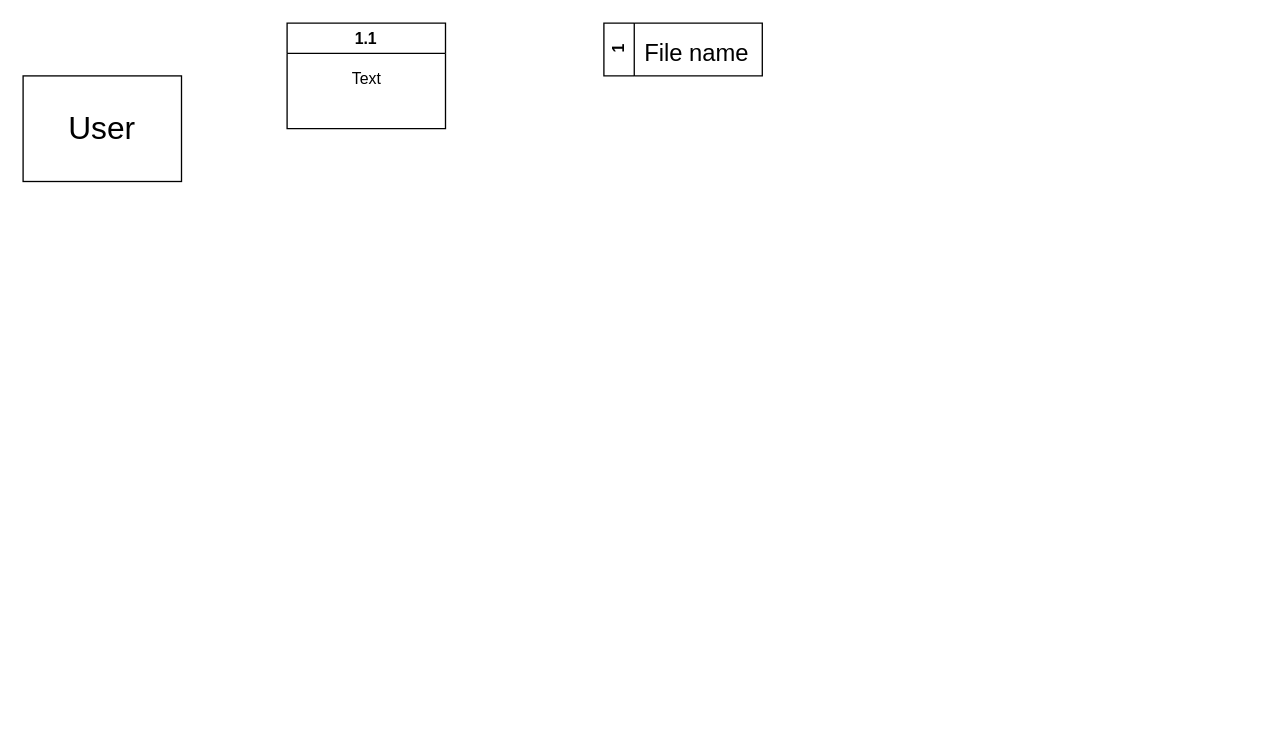
Before: Labs/Lab04/lab04dfd.drawio in ZorroSavage117/Moduarization-Design, a draw.io diagram. Source tidied: cells renumbered, new cells numbered last; positions are measured from the earlier drawing's top-left corner, leaving out a move shared by most shapes. Both pictures are drawn from the tidied source at 132%, with x=0, y=0 at pixel (22, 22).
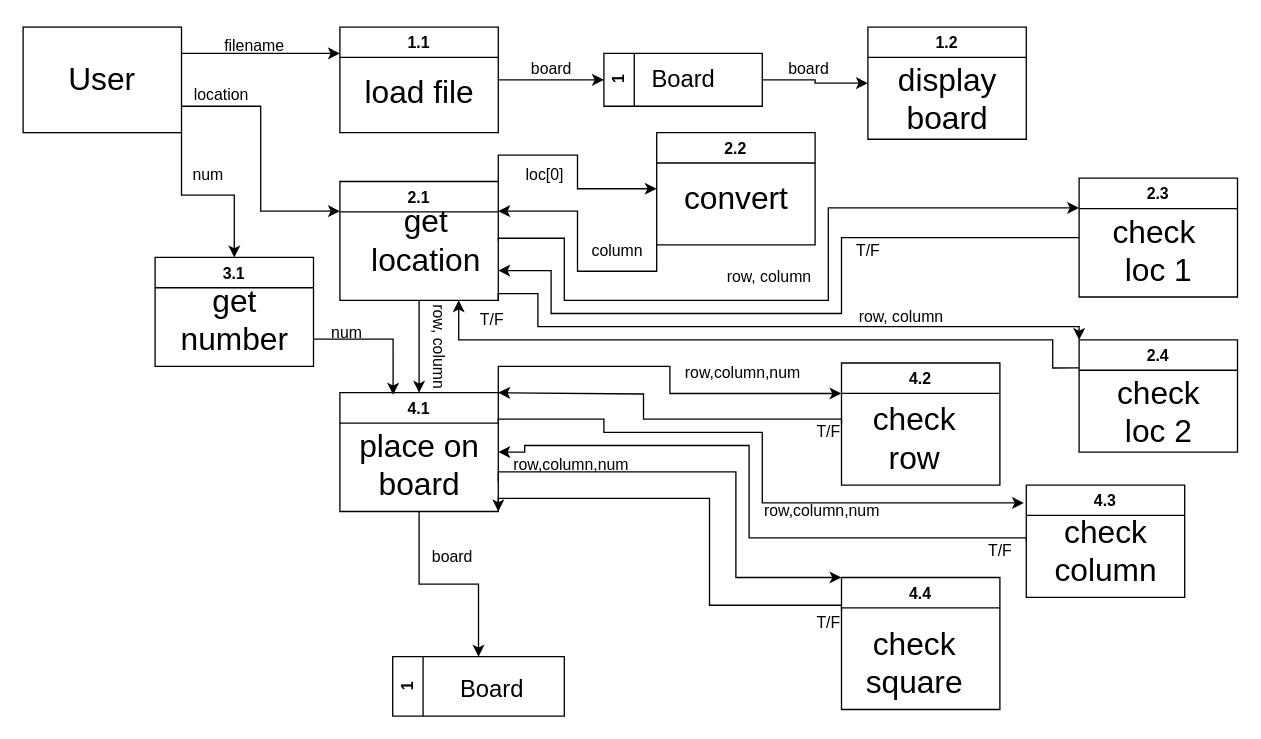
After the change.

The edit, as a diff of the source:
```diff
@@
+    <mxCell id="7" style="edgeStyle=orthogonalEdgeStyle;rounded=0;jettySize=auto;html=1;exitX=1;exitY=0.25;exitDx=0;exitDy=0;entryX=0;entryY=0.25;entryDx=0;entryDy=0;" parent="1" edge="1" source="2" target="3">
+      <mxGeometry relative="1" as="geometry" />
+    </mxCell>
+    <mxCell id="8" style="edgeStyle=orthogonalEdgeStyle;rounded=0;jettySize=auto;html=1;exitX=1;exitY=0.75;exitDx=0;exitDy=0;entryX=0;entryY=0.25;entryDx=0;entryDy=0;" parent="1" edge="1" source="2" target="21">
+      <mxGeometry relative="1" as="geometry" />
+    </mxCell>
+    <mxCell id="9" style="edgeStyle=orthogonalEdgeStyle;rounded=0;jettySize=auto;html=1;exitX=1;exitY=1;exitDx=0;exitDy=0;entryX=0.5;entryY=0;entryDx=0;entryDy=0;" parent="1" edge="1" source="2" target="43">
+      <mxGeometry relative="1" as="geometry" />
+    </mxCell>
     <mxCell id="2" value="&lt;font style=&quot;font-size: 24px;&quot;&gt;User&lt;/font&gt;" style="rounded=0;whiteSpace=wrap;html=1;" parent="1" vertex="1">
-      <mxGeometry y="40" width="120" height="80" as="geometry" />
+      <mxGeometry y="3" width="120" height="80" as="geometry" />
     </mxCell>
+    <mxCell id="10" style="edgeStyle=orthogonalEdgeStyle;rounded=0;jettySize=auto;html=1;exitX=1;exitY=0.5;exitDx=0;exitDy=0;entryX=0;entryY=0.5;entryDx=0;entryDy=0;" parent="1" edge="1" source="3" target="13">
+      <mxGeometry relative="1" as="geometry" />
+    </mxCell>
     <mxCell id="3" value="1.1" style="swimlane;startSize=23;" parent="1" vertex="1">
-      <mxGeometry x="200" width="120" height="80" as="geometry" />
+      <mxGeometry x="240" y="3" width="120" height="80" as="geometry" />
     </mxCell>
-    <mxCell id="4" value="1" style="swimlane;horizontal=0;whiteSpace=wrap;html=1;" parent="1" vertex="1">
-      <mxGeometry x="440" width="120" height="40" as="geometry" />
-    </mxCell>
-    <mxCell id="5" value="Text" style="text;html=1;align=center;verticalAlign=middle;strokeColor=none;fillColor=none;" parent="1" vertex="1">
-      <mxGeometry x="235" y="28" width="50" height="30" as="geometry" />
-    </mxCell>
-    <mxCell id="6" value="&lt;font style=&quot;font-size: 18px;&quot;&gt;File name&lt;/font&gt;" style="text;html=1;align=center;verticalAlign=middle;strokeColor=none;fillColor=none;" parent="1" vertex="1">
-      <mxGeometry x="460" y="3" width="100" height="40" as="geometry" />
-    </mxCell>
+    <mxCell id="11" value="&lt;font style=&quot;font-size: 24px;&quot;&gt;load file&lt;/font&gt;" style="text;html=1;align=center;verticalAlign=middle;strokeColor=none;fillColor=none;" parent="3" vertex="1">
+      <mxGeometry x="5" y="30" width="110" height="40" as="geometry" />
+    </mxCell>
+    <mxCell id="12" style="group;" parent="1" vertex="1">
+      <mxGeometry x="440" y="23" width="120" height="40" as="geometry" />
+    </mxCell>
+    <mxCell id="13" value="1" style="swimlane;horizontal=0;whiteSpace=wrap;html=1;" parent="12" vertex="1">
+      <mxGeometry width="120" height="40" as="geometry" />
+    </mxCell>
+    <mxCell id="14" value="&lt;font style=&quot;font-size: 18px;&quot;&gt;Board&lt;/font&gt;" style="text;html=1;align=center;verticalAlign=middle;strokeColor=none;fillColor=none;" parent="12" vertex="1">
+      <mxGeometry x="25" width="70" height="40" as="geometry" />
+    </mxCell>
+    <mxCell id="15" value="filename" style="text;html=1;align=center;verticalAlign=middle;strokeColor=none;fillColor=none;" parent="1" vertex="1">
+      <mxGeometry x="140" y="3" width="70" height="30" as="geometry" />
+    </mxCell>
+    <mxCell id="16" value="board" style="text;html=1;align=center;verticalAlign=middle;strokeColor=none;fillColor=none;" parent="1" vertex="1">
+      <mxGeometry x="375" y="20" width="50" height="30" as="geometry" />
+    </mxCell>
+    <mxCell id="17" style="edgeStyle=orthogonalEdgeStyle;rounded=0;jettySize=auto;html=1;exitX=1;exitY=0;exitDx=0;exitDy=0;entryX=0;entryY=0.5;entryDx=0;entryDy=0;" parent="1" edge="1" source="21" target="29">
+      <mxGeometry relative="1" as="geometry" />
+    </mxCell>
+    <mxCell id="18" style="edgeStyle=orthogonalEdgeStyle;rounded=0;jettySize=auto;html=1;exitX=1;exitY=0.5;exitDx=0;exitDy=0;entryX=0;entryY=0.25;entryDx=0;entryDy=0;" parent="1" edge="1" source="21" target="32">
+      <mxGeometry relative="1" as="geometry">
+        <Array as="points">
+          <mxPoint x="410" y="163" />
+          <mxPoint x="410" y="210" />
+          <mxPoint x="610" y="210" />
+          <mxPoint x="610" y="140" />
+        </Array>
+      </mxGeometry>
+    </mxCell>
+    <mxCell id="19" style="edgeStyle=orthogonalEdgeStyle;rounded=0;jettySize=auto;html=1;exitX=1;exitY=1;exitDx=0;exitDy=0;entryX=0;entryY=0;entryDx=0;entryDy=0;" parent="1" edge="1" source="21" target="35">
+      <mxGeometry relative="1" as="geometry">
+        <Array as="points">
+          <mxPoint x="390" y="205" />
+          <mxPoint x="390" y="230" />
+          <mxPoint x="800" y="230" />
+        </Array>
+      </mxGeometry>
+    </mxCell>
+    <mxCell id="20" style="edgeStyle=orthogonalEdgeStyle;rounded=0;jettySize=auto;html=1;exitX=0.5;exitY=1;exitDx=0;exitDy=0;entryX=0.5;entryY=0;entryDx=0;entryDy=0;" parent="1" edge="1" source="21" target="49">
+      <mxGeometry relative="1" as="geometry" />
+    </mxCell>
+    <mxCell id="21" value="2.1" style="swimlane;startSize=23;" parent="1" vertex="1">
+      <mxGeometry x="240" y="120" width="120" height="90" as="geometry" />
+    </mxCell>
+    <mxCell id="22" value="&lt;font style=&quot;font-size: 24px;&quot;&gt;get&lt;br&gt;location&lt;br&gt;&lt;/font&gt;" style="text;html=1;align=center;verticalAlign=middle;strokeColor=none;fillColor=none;" parent="21" vertex="1">
+      <mxGeometry x="10" y="10" width="110" height="70" as="geometry" />
+    </mxCell>
+    <mxCell id="23" value="1.2" style="swimlane;startSize=23;" parent="1" vertex="1">
+      <mxGeometry x="640" y="3" width="120" height="85" as="geometry" />
+    </mxCell>
+    <mxCell id="24" value="&lt;span style=&quot;font-size: 24px;&quot;&gt;display&lt;br&gt;board&lt;br&gt;&lt;/span&gt;" style="text;html=1;align=center;verticalAlign=middle;strokeColor=none;fillColor=none;" parent="23" vertex="1">
+      <mxGeometry x="10" y="20" width="100" height="70" as="geometry" />
+    </mxCell>
+    <mxCell id="25" style="edgeStyle=orthogonalEdgeStyle;rounded=0;jettySize=auto;html=1;exitX=1;exitY=0.5;exitDx=0;exitDy=0;entryX=0;entryY=0.5;entryDx=0;entryDy=0;" parent="1" edge="1" source="13" target="23">
+      <mxGeometry relative="1" as="geometry" />
+    </mxCell>
+    <mxCell id="26" value="board" style="text;html=1;align=center;verticalAlign=middle;strokeColor=none;fillColor=none;" parent="1" vertex="1">
+      <mxGeometry x="570" y="20" width="50" height="30" as="geometry" />
+    </mxCell>
+    <mxCell id="27" value="location" style="text;html=1;align=center;verticalAlign=middle;strokeColor=none;fillColor=none;" parent="1" vertex="1">
+      <mxGeometry x="120" y="40" width="60" height="30" as="geometry" />
+    </mxCell>
+    <mxCell id="28" style="edgeStyle=orthogonalEdgeStyle;rounded=0;jettySize=auto;html=1;exitX=0;exitY=1;exitDx=0;exitDy=0;entryX=1;entryY=0.25;entryDx=0;entryDy=0;" parent="1" edge="1" source="29" target="21">
+      <mxGeometry relative="1" as="geometry" />
+    </mxCell>
+    <mxCell id="29" value="2.2" style="swimlane;startSize=23;" parent="1" vertex="1">
+      <mxGeometry x="480" y="83" width="120" height="85" as="geometry" />
+    </mxCell>
+    <mxCell id="30" value="&lt;font style=&quot;font-size: 24px;&quot;&gt;convert&lt;br&gt;&lt;/font&gt;" style="text;html=1;align=center;verticalAlign=middle;strokeColor=none;fillColor=none;" parent="29" vertex="1">
+      <mxGeometry x="10" y="30" width="100" height="40" as="geometry" />
+    </mxCell>
+    <mxCell id="31" style="edgeStyle=orthogonalEdgeStyle;rounded=0;jettySize=auto;html=1;exitX=0;exitY=0.5;exitDx=0;exitDy=0;entryX=1;entryY=0.75;entryDx=0;entryDy=0;" parent="1" edge="1" source="32" target="21">
+      <mxGeometry relative="1" as="geometry">
+        <Array as="points">
+          <mxPoint x="620" y="163" />
+          <mxPoint x="620" y="220" />
+          <mxPoint x="400" y="220" />
+          <mxPoint x="400" y="188" />
+        </Array>
+      </mxGeometry>
+    </mxCell>
+    <mxCell id="32" value="2.3" style="swimlane;startSize=23;" parent="1" vertex="1">
+      <mxGeometry x="800" y="117.5" width="120" height="90" as="geometry" />
+    </mxCell>
+    <mxCell id="33" value="&lt;font style=&quot;font-size: 24px;&quot;&gt;check&amp;nbsp;&lt;br&gt;loc 1&lt;br&gt;&lt;/font&gt;" style="text;html=1;align=center;verticalAlign=middle;strokeColor=none;fillColor=none;" parent="32" vertex="1">
+      <mxGeometry x="15" y="20" width="90" height="70" as="geometry" />
+    </mxCell>
+    <mxCell id="34" style="edgeStyle=orthogonalEdgeStyle;rounded=0;jettySize=auto;html=1;exitX=0;exitY=0.25;exitDx=0;exitDy=0;entryX=0.75;entryY=1;entryDx=0;entryDy=0;" parent="1" edge="1" source="35" target="21">
+      <mxGeometry relative="1" as="geometry">
+        <Array as="points">
+          <mxPoint x="780" y="261" />
+          <mxPoint x="780" y="240" />
+          <mxPoint x="330" y="240" />
+        </Array>
+      </mxGeometry>
+    </mxCell>
+    <mxCell id="35" value="2.4" style="swimlane;startSize=23;" parent="1" vertex="1">
+      <mxGeometry x="800" y="240" width="120" height="85" as="geometry" />
+    </mxCell>
+    <mxCell id="36" value="&lt;font style=&quot;font-size: 24px;&quot;&gt;check&lt;br&gt;loc 2&lt;br&gt;&lt;/font&gt;" style="text;html=1;align=center;verticalAlign=middle;strokeColor=none;fillColor=none;" parent="35" vertex="1">
+      <mxGeometry x="15" y="20" width="90" height="70" as="geometry" />
+    </mxCell>
+    <mxCell id="37" value="loc[0]" style="text;html=1;align=center;verticalAlign=middle;strokeColor=none;fillColor=none;" parent="1" vertex="1">
+      <mxGeometry x="370" y="100" width="50" height="30" as="geometry" />
+    </mxCell>
+    <mxCell id="38" value="column" style="text;html=1;align=center;verticalAlign=middle;strokeColor=none;fillColor=none;" parent="1" vertex="1">
+      <mxGeometry x="420" y="158" width="60" height="30" as="geometry" />
+    </mxCell>
+    <mxCell id="39" value="row, column" style="text;html=1;align=center;verticalAlign=middle;strokeColor=none;fillColor=none;" parent="1" vertex="1">
+      <mxGeometry x="520" y="177.5" width="90" height="30" as="geometry" />
+    </mxCell>
+    <mxCell id="40" value="T/F" style="text;html=1;align=center;verticalAlign=middle;strokeColor=none;fillColor=none;" parent="1" vertex="1">
+      <mxGeometry x="620" y="158" width="40" height="30" as="geometry" />
+    </mxCell>
+    <mxCell id="41" value="row, column" style="text;html=1;align=center;verticalAlign=middle;strokeColor=none;fillColor=none;" parent="1" vertex="1">
+      <mxGeometry x="620" y="207.5" width="90" height="30" as="geometry" />
+    </mxCell>
+    <mxCell id="42" value="T/F" style="text;html=1;align=center;verticalAlign=middle;strokeColor=none;fillColor=none;" parent="1" vertex="1">
+      <mxGeometry x="335" y="210" width="40" height="30" as="geometry" />
+    </mxCell>
+    <mxCell id="43" value="3.1" style="swimlane;startSize=23;" parent="1" vertex="1">
+      <mxGeometry x="100" y="177.5" width="120" height="82.5" as="geometry" />
+    </mxCell>
+    <mxCell id="44" value="&lt;font style=&quot;font-size: 24px;&quot;&gt;get &lt;br&gt;number&lt;/font&gt;" style="text;html=1;align=center;verticalAlign=middle;strokeColor=none;fillColor=none;" parent="43" vertex="1">
+      <mxGeometry x="10" y="12.5" width="100" height="70" as="geometry" />
+    </mxCell>
+    <mxCell id="45" value="num" style="text;html=1;align=center;verticalAlign=middle;strokeColor=none;fillColor=none;" parent="1" vertex="1">
+      <mxGeometry x="115" y="100" width="50" height="30" as="geometry" />
+    </mxCell>
+    <mxCell id="46" style="edgeStyle=orthogonalEdgeStyle;rounded=0;jettySize=auto;html=1;exitX=1;exitY=0;exitDx=0;exitDy=0;entryX=0;entryY=0.25;entryDx=0;entryDy=0;" parent="1" edge="1" source="49" target="59">
+      <mxGeometry relative="1" as="geometry" />
+    </mxCell>
+    <mxCell id="47" style="edgeStyle=orthogonalEdgeStyle;rounded=0;jettySize=auto;html=1;exitX=1;exitY=0.75;exitDx=0;exitDy=0;entryX=0;entryY=0;entryDx=0;entryDy=0;" parent="1" edge="1" source="49" target="56">
+      <mxGeometry relative="1" as="geometry">
+        <Array as="points">
+          <mxPoint x="540" y="340" />
+          <mxPoint x="540" y="420" />
+        </Array>
+      </mxGeometry>
+    </mxCell>
+    <mxCell id="48" style="edgeStyle=orthogonalEdgeStyle;rounded=0;jettySize=auto;html=1;exitX=0.5;exitY=1;exitDx=0;exitDy=0;entryX=0.5;entryY=0;entryDx=0;entryDy=0;" parent="1" edge="1" source="49" target="68">
+      <mxGeometry relative="1" as="geometry" />
+    </mxCell>
+    <mxCell id="49" value="4.1" style="swimlane;startSize=23;" parent="1" vertex="1">
+      <mxGeometry x="240" y="280" width="120" height="90" as="geometry" />
+    </mxCell>
+    <mxCell id="50" value="&lt;font style=&quot;font-size: 24px;&quot;&gt;place on&lt;br&gt;board&lt;/font&gt;" style="text;html=1;align=center;verticalAlign=middle;strokeColor=none;fillColor=none;" parent="49" vertex="1">
+      <mxGeometry x="5" y="20" width="110" height="70" as="geometry" />
+    </mxCell>
+    <mxCell id="51" style="edgeStyle=orthogonalEdgeStyle;rounded=0;jettySize=auto;html=1;exitX=1;exitY=0.75;exitDx=0;exitDy=0;entryX=0.336;entryY=0.017;entryDx=0;entryDy=0;entryPerimeter=0;" parent="1" edge="1" source="43" target="49">
+      <mxGeometry relative="1" as="geometry" />
+    </mxCell>
+    <mxCell id="52" style="edgeStyle=orthogonalEdgeStyle;rounded=0;jettySize=auto;html=1;exitX=0;exitY=0.5;exitDx=0;exitDy=0;entryX=1;entryY=0.5;entryDx=0;entryDy=0;" parent="1" edge="1" source="53" target="49">
+      <mxGeometry relative="1" as="geometry">
+        <Array as="points">
+          <mxPoint x="760" y="390" />
+          <mxPoint x="550" y="390" />
+          <mxPoint x="550" y="320" />
+          <mxPoint x="380" y="320" />
+          <mxPoint x="380" y="325" />
+        </Array>
+      </mxGeometry>
+    </mxCell>
+    <mxCell id="53" value="4.3" style="swimlane;startSize=23;" parent="1" vertex="1">
+      <mxGeometry x="760" y="350" width="120" height="85" as="geometry" />
+    </mxCell>
+    <mxCell id="54" value="&lt;font style=&quot;font-size: 24px;&quot;&gt;check&lt;br&gt;column&lt;br&gt;&lt;/font&gt;" style="text;html=1;align=center;verticalAlign=middle;strokeColor=none;fillColor=none;" parent="53" vertex="1">
+      <mxGeometry x="10" y="15" width="100" height="70" as="geometry" />
+    </mxCell>
+    <mxCell id="55" style="edgeStyle=orthogonalEdgeStyle;rounded=0;jettySize=auto;html=1;exitX=0;exitY=0.25;exitDx=0;exitDy=0;entryX=1;entryY=1;entryDx=0;entryDy=0;" parent="1" edge="1" source="56" target="49">
+      <mxGeometry relative="1" as="geometry">
+        <Array as="points">
+          <mxPoint x="520" y="441" />
+          <mxPoint x="520" y="360" />
+        </Array>
+      </mxGeometry>
+    </mxCell>
+    <mxCell id="56" value="4.4" style="swimlane;startSize=23;" parent="1" vertex="1">
+      <mxGeometry x="620" y="420" width="120" height="100" as="geometry" />
+    </mxCell>
+    <mxCell id="57" value="&lt;font style=&quot;font-size: 24px;&quot;&gt;check&lt;br&gt;square&lt;br&gt;&lt;/font&gt;" style="text;html=1;align=center;verticalAlign=middle;strokeColor=none;fillColor=none;" parent="56" vertex="1">
+      <mxGeometry x="5" y="30" width="100" height="70" as="geometry" />
+    </mxCell>
+    <mxCell id="58" style="edgeStyle=orthogonalEdgeStyle;rounded=0;jettySize=auto;html=1;exitX=0;exitY=0.5;exitDx=0;exitDy=0;" parent="1" edge="1" source="59">
+      <mxGeometry relative="1" as="geometry">
+        <mxPoint x="360" y="280" as="targetPoint" />
+        <Array as="points">
+          <mxPoint x="470" y="300" />
+          <mxPoint x="470" y="281" />
+        </Array>
+      </mxGeometry>
+    </mxCell>
+    <mxCell id="59" value="4.2" style="swimlane;startSize=23;" parent="1" vertex="1">
+      <mxGeometry x="620" y="257.5" width="120" height="92.5" as="geometry" />
+    </mxCell>
+    <mxCell id="60" value="&lt;font style=&quot;font-size: 24px;&quot;&gt;check&lt;br&gt;row&lt;br&gt;&lt;/font&gt;" style="text;html=1;align=center;verticalAlign=middle;strokeColor=none;fillColor=none;" parent="59" vertex="1">
+      <mxGeometry x="10" y="22.5" width="90" height="70" as="geometry" />
+    </mxCell>
+    <mxCell id="61" style="edgeStyle=orthogonalEdgeStyle;rounded=0;jettySize=auto;html=1;exitX=1;exitY=0.25;exitDx=0;exitDy=0;entryX=-0.015;entryY=0.159;entryDx=0;entryDy=0;entryPerimeter=0;" parent="1" edge="1" source="49" target="53">
+      <mxGeometry relative="1" as="geometry">
+        <Array as="points">
+          <mxPoint x="440" y="300" />
+          <mxPoint x="440" y="310" />
+          <mxPoint x="560" y="310" />
+          <mxPoint x="560" y="364" />
+        </Array>
+      </mxGeometry>
+    </mxCell>
+    <mxCell id="62" value="T/F" style="text;html=1;align=center;verticalAlign=middle;strokeColor=none;fillColor=none;" parent="1" vertex="1">
+      <mxGeometry x="590" y="440" width="40" height="30" as="geometry" />
+    </mxCell>
+    <mxCell id="63" value="T/F" style="text;html=1;align=center;verticalAlign=middle;strokeColor=none;fillColor=none;" parent="1" vertex="1">
+      <mxGeometry x="590" y="295" width="40" height="30" as="geometry" />
+    </mxCell>
+    <mxCell id="64" value="T/F" style="text;html=1;align=center;verticalAlign=middle;strokeColor=none;fillColor=none;" parent="1" vertex="1">
+      <mxGeometry x="720" y="385" width="40" height="30" as="geometry" />
+    </mxCell>
+    <mxCell id="65" value="row,column,num" style="text;html=1;align=center;verticalAlign=middle;strokeColor=none;fillColor=none;" parent="1" vertex="1">
+      <mxGeometry x="490" y="250" width="110" height="30" as="geometry" />
+    </mxCell>
+    <mxCell id="66" value="row,column,num" style="text;html=1;align=center;verticalAlign=middle;strokeColor=none;fillColor=none;" parent="1" vertex="1">
+      <mxGeometry x="360" y="320" width="110" height="30" as="geometry" />
+    </mxCell>
+    <mxCell id="67" value="row,column,num" style="text;html=1;align=center;verticalAlign=middle;strokeColor=none;fillColor=none;" parent="1" vertex="1">
+      <mxGeometry x="550" y="355" width="110" height="30" as="geometry" />
+    </mxCell>
+    <mxCell id="68" value="1" style="swimlane;horizontal=0;whiteSpace=wrap;html=1;" parent="1" vertex="1">
+      <mxGeometry x="280" y="480" width="130" height="45" as="geometry" />
+    </mxCell>
+    <mxCell id="69" value="&lt;font style=&quot;font-size: 18px;&quot;&gt;Board&lt;/font&gt;" style="text;html=1;align=center;verticalAlign=middle;strokeColor=none;fillColor=none;" parent="68" vertex="1">
+      <mxGeometry x="40" y="5" width="70" height="40" as="geometry" />
+    </mxCell>
+    <mxCell id="70" value="board" style="text;html=1;align=center;verticalAlign=middle;strokeColor=none;fillColor=none;" parent="1" vertex="1">
+      <mxGeometry x="300" y="390" width="50" height="30" as="geometry" />
+    </mxCell>
+    <mxCell id="71" value="row, column" style="text;html=1;align=center;verticalAlign=middle;strokeColor=none;fillColor=none;rotation=90;" parent="1" vertex="1">
+      <mxGeometry x="270" y="230" width="90" height="30" as="geometry" />
+    </mxCell>
+    <mxCell id="72" value="num" style="text;html=1;align=center;verticalAlign=middle;strokeColor=none;fillColor=none;" parent="1" vertex="1">
+      <mxGeometry x="220" y="220" width="50" height="30" as="geometry" />
+    </mxCell>
```
